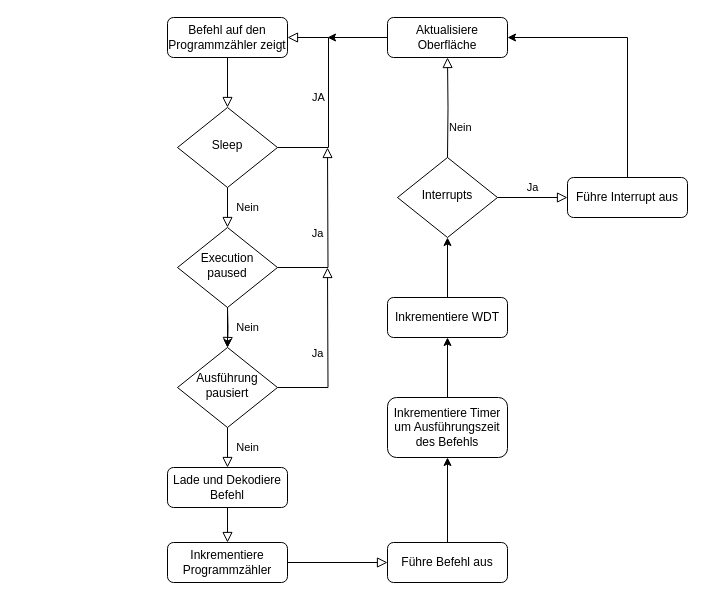
Before: Doku/img/excec_cycle.drawio in Lucam31/PicSimulator, a draw.io diagram. Source tidied: cells renumbered, new cells numbered last; positions are measured from the earlier drawing's top-left corner, leaving out a move shared by most shapes. Both pictures are drawn from the tidied source at 100%, with x=0, y=0 at pixel (167, 17).
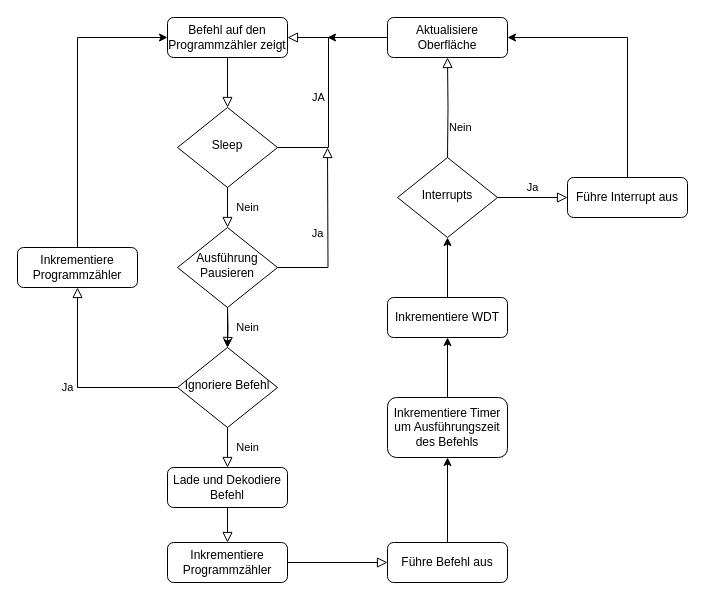
Above is the later version.

Unchanged cells that the change refers to:
```xml
<mxCell id="3" value="Befehl auf den Programmzähler zeigt" style="rounded=1;whiteSpace=wrap;html=1;fontSize=12;glass=0;strokeWidth=1;shadow=0;" parent="1" vertex="1">
  <mxGeometry width="120" height="40" as="geometry" />
</mxCell>
```

The edit, as a diff of the source:
```diff
@@
-    <mxCell id="9" value="Execution paused" style="rhombus;whiteSpace=wrap;html=1;shadow=0;fontFamily=Helvetica;fontSize=12;align=center;strokeWidth=1;spacing=6;spacingTop=-4;" parent="1" vertex="1">
+    <mxCell id="9" value="Ausführung Pausieren" style="rhombus;whiteSpace=wrap;html=1;shadow=0;fontFamily=Helvetica;fontSize=12;align=center;strokeWidth=1;spacing=6;spacingTop=-4;" parent="1" vertex="1">
       <mxGeometry x="10" y="210" width="100" height="80" as="geometry" />
     </mxCell>
@@
-    <mxCell id="11" value="Ja" style="edgeStyle=orthogonalEdgeStyle;rounded=0;html=1;jettySize=auto;fontSize=11;endArrow=block;endFill=0;endSize=8;strokeWidth=1;shadow=0;labelBackgroundColor=none;" parent="1" edge="1" source="12">
-      <mxGeometry y="10" relative="1" as="geometry">
-        <mxPoint x="160" y="250" as="targetPoint" />
-      </mxGeometry>
+    <mxCell id="11" value="Ja" style="edgeStyle=orthogonalEdgeStyle;rounded=0;html=1;jettySize=auto;fontSize=11;endArrow=block;endFill=0;endSize=8;strokeWidth=1;shadow=0;labelBackgroundColor=none;exitX=0;exitY=0.5;exitDx=0;exitDy=0;entryX=0.5;entryY=1;entryDx=0;entryDy=0;" parent="1" edge="1" source="12" target="31">
+      <mxGeometry y="10" relative="1" as="geometry" />
     </mxCell>
-    <mxCell id="12" value="Ausführung pausiert" style="rhombus;whiteSpace=wrap;html=1;shadow=0;fontFamily=Helvetica;fontSize=12;align=center;strokeWidth=1;spacing=6;spacingTop=-4;" parent="1" vertex="1">
+    <mxCell id="12" value="Ignoriere Befehl" style="rhombus;whiteSpace=wrap;html=1;shadow=0;fontFamily=Helvetica;fontSize=12;align=center;strokeWidth=1;spacing=6;spacingTop=-4;" parent="1" vertex="1">
       <mxGeometry x="10" y="330" width="100" height="80" as="geometry" />
     </mxCell>
@@
+    <mxCell id="31" value="Inkrementiere Programmzähler" style="rounded=1;whiteSpace=wrap;html=1;fontSize=12;glass=0;strokeWidth=1;shadow=0;" parent="1" vertex="1">
+      <mxGeometry x="-150" y="230" width="120" height="40" as="geometry" />
+    </mxCell>
+    <mxCell id="32" style="endArrow=classic;html=1;rounded=0;exitX=0.5;exitY=0;exitDx=0;exitDy=0;entryX=0;entryY=0.5;entryDx=0;entryDy=0;" parent="1" edge="1" source="31" target="3">
+      <mxGeometry relative="1" as="geometry">
+        <Array as="points">
+          <mxPoint x="-90" y="20" />
+        </Array>
+      </mxGeometry>
+    </mxCell>
```
